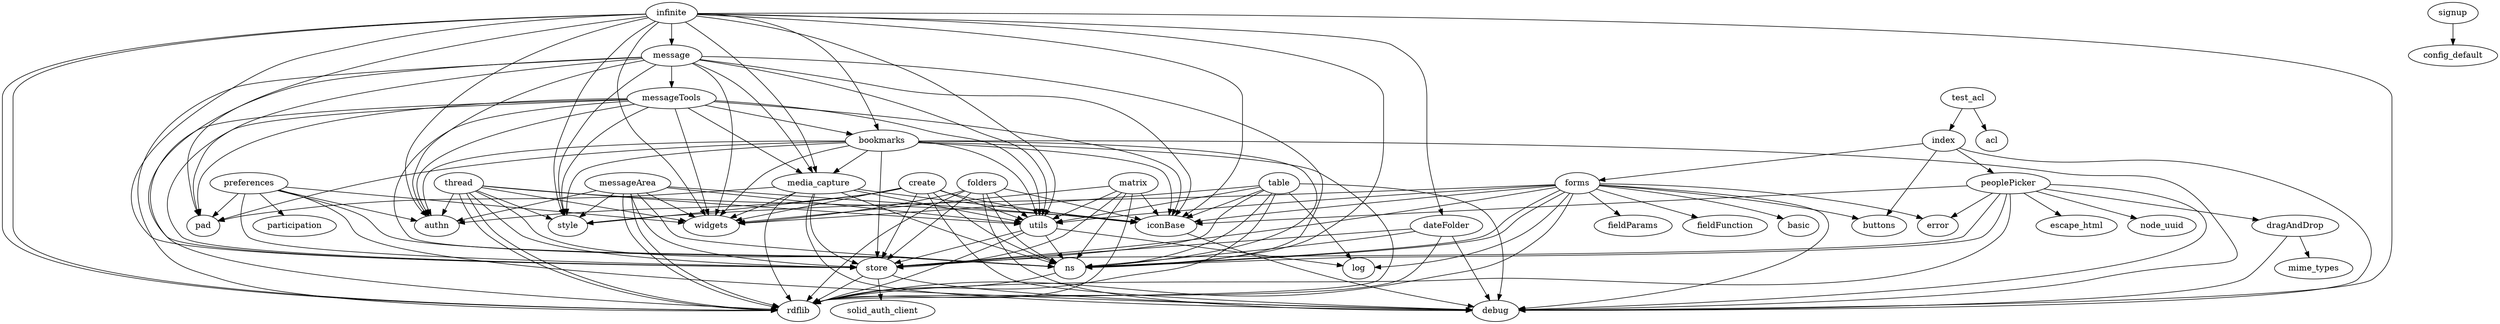
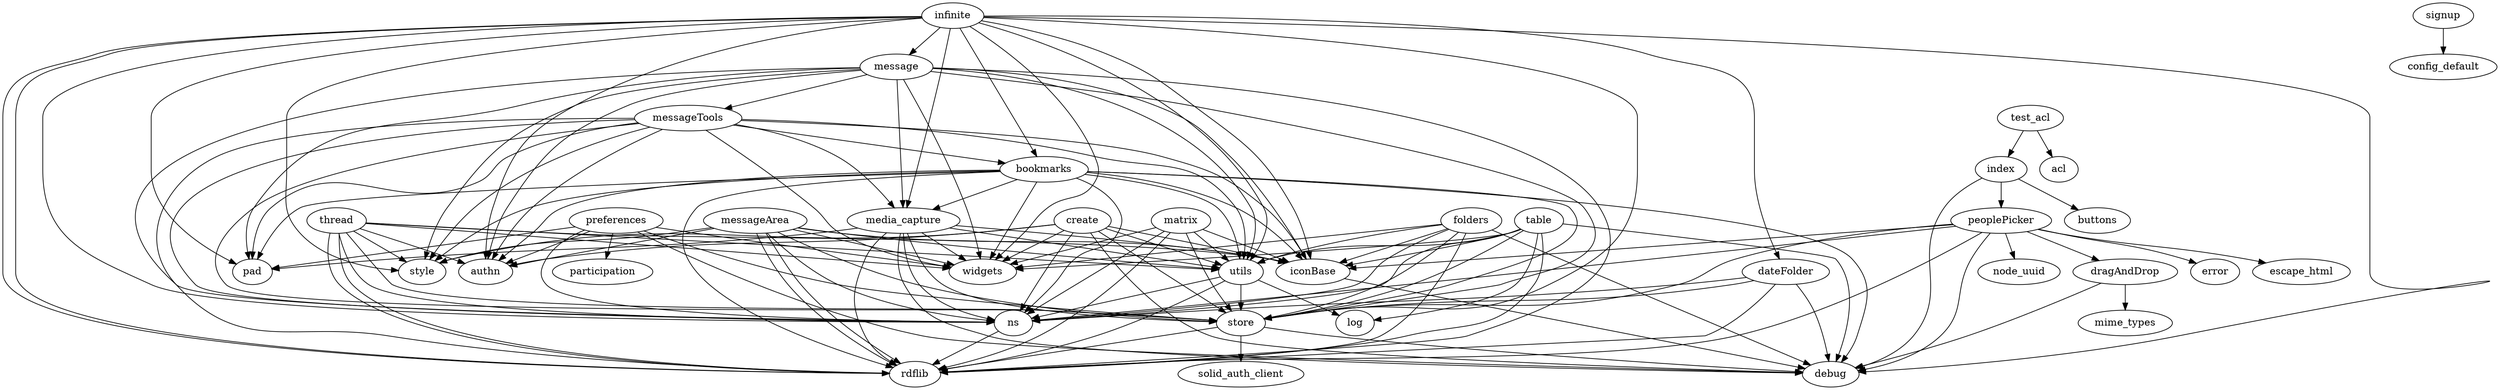
digraph InternalDependencies {
media_capture  ->  debug;
message  ->  messageTools;
infinite  ->  debug;
bookmarks  ->  debug;
dateFolder  ->  debug;
preferences  ->  debug;
store  ->  debug;
store  ->  solid_auth_client;
create  ->  debug;
folders  ->  debug;
iconBase  ->  debug;
table  ->  debug;
peoplePicker  ->  escape_html;
peoplePicker  ->  node_uuid;
peoplePicker  ->  rdflib;
peoplePicker  ->  debug;
peoplePicker  ->  dragAndDrop;
peoplePicker  ->  error;
peoplePicker  ->  iconBase;
peoplePicker  ->  ns;
peoplePicker  ->  store;
index  ->  debug;
dragAndDrop  ->  debug;
- forms  ->  fieldParams;
- forms  ->  fieldFunction;
- forms  ->  debug;
- forms  ->  basic;
media_capture  ->  rdflib;
media_capture  ->  iconBase;
media_capture  ->  ns;
media_capture  ->  pad;
media_capture  ->  store;
media_capture  ->  utils;
media_capture  ->  widgets;


ns  ->  rdflib;
test_acl  ->  acl;
test_acl  ->  index;
message  ->  authn;
message  ->  iconBase;
message  ->  ns;
message  ->  media_capture;
message  ->  pad;
message  ->  rdflib;
message  ->  store;
message  ->  style;
message  ->  utils;
message  ->  widgets;

infinite  ->  rdflib;
infinite  ->  dateFolder;
infinite  ->  authn;
infinite  ->  iconBase;
infinite  ->  ns;
infinite  ->  media_capture;
infinite  ->  pad;
infinite  ->  rdflib;
infinite  ->  store;
infinite  ->  style;
infinite  ->  utils;
infinite  ->  widgets;

infinite  ->  message;
infinite  ->  bookmarks;
thread  ->  authn;
thread  ->  iconBase;
thread  ->  ns;
thread  ->  rdflib;
thread  ->  store;
thread  ->  style;
thread  ->  widgets;
thread  ->  utils;
thread  ->  rdflib;
bookmarks  ->  authn;
bookmarks  ->  iconBase;
bookmarks  ->  ns;
bookmarks  ->  media_capture;
bookmarks  ->  pad;
bookmarks  ->  rdflib;
bookmarks  ->  store;
bookmarks  ->  style;
bookmarks  ->  utils;
bookmarks  ->  widgets;
dateFolder  ->  store;
dateFolder  ->  ns;
dateFolder  ->  rdflib;
messageTools  ->  authn;
messageTools  ->  iconBase;
messageTools  ->  ns;
messageTools  ->  media_capture;
messageTools  ->  pad;
messageTools  ->  rdflib;
messageTools  ->  store;
messageTools  ->  style;
messageTools  ->  utils;
messageTools  ->  widgets;
messageTools  ->  bookmarks;
preferences  ->  store;
preferences  ->  ns;
preferences  ->  authn;
preferences  ->  widgets;
preferences  ->  pad;
preferences  ->  participation;
matrix  ->  iconBase;
matrix  ->  ns;
matrix  ->  rdflib;
matrix  ->  store;
matrix  ->  widgets;
matrix  ->  utils;
store  ->  rdflib;




create  ->  authn;
create  ->  iconBase;
create  ->  ns;
create  ->  store;
create  ->  style;
create  ->  utils;
create  ->  widgets;
folders  ->  iconBase;
folders  ->  ns;
folders  ->  rdflib;
folders  ->  store;
folders  ->  widgets;
folders  ->  utils;
table  ->  iconBase;
table  ->  log;
table  ->  ns;
table  ->  store;
table  ->  widgets;
table  ->  utils;
table  ->  rdflib;
utils  ->  log;
utils  ->  ns;
utils  ->  rdflib;
utils  ->  store;
signup  ->  config_default;


index  ->  peoplePicker;


index  ->  buttons;
- index  ->  forms;
dragAndDrop  ->  mime_types;

- forms  ->  iconBase;
- forms  ->  log;
- forms  ->  ns;
- forms  ->  store;
- forms  ->  style;
- forms  ->  rdflib;
- forms  ->  error;
- forms  ->  buttons;
- forms  ->  ns;
- forms  ->  utils;
messageArea  ->  authn;
messageArea  ->  iconBase;
messageArea  ->  ns;
messageArea  ->  rdflib;
messageArea  ->  store;
messageArea  ->  style;
messageArea  ->  widgets;
messageArea  ->  rdflib;
messageArea  ->  utils;
}
